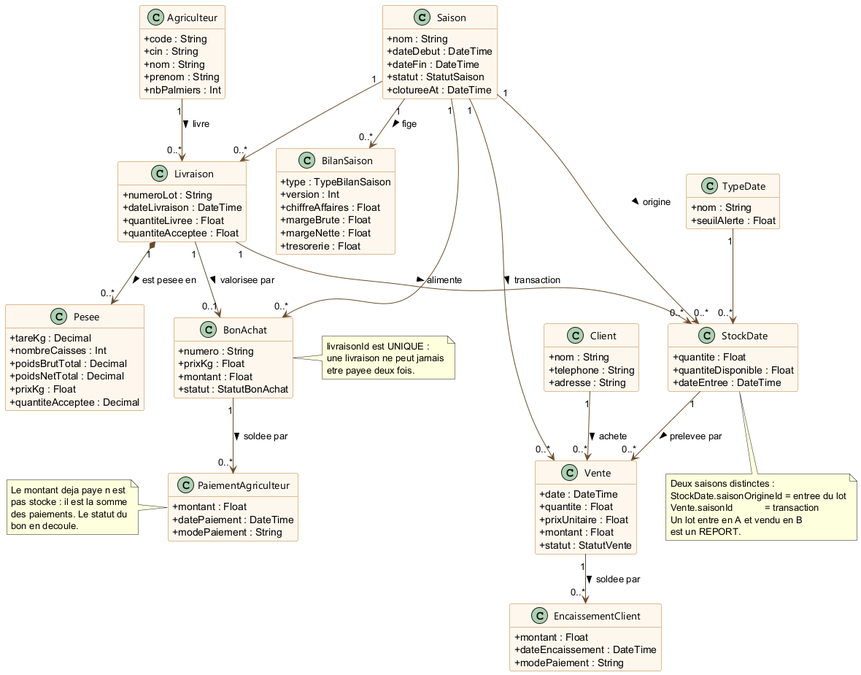
Above: docs/uml/png/diagramme-classes-noyau.png in Ahmeddhib/GestionDattes (PlantUML), before the change.
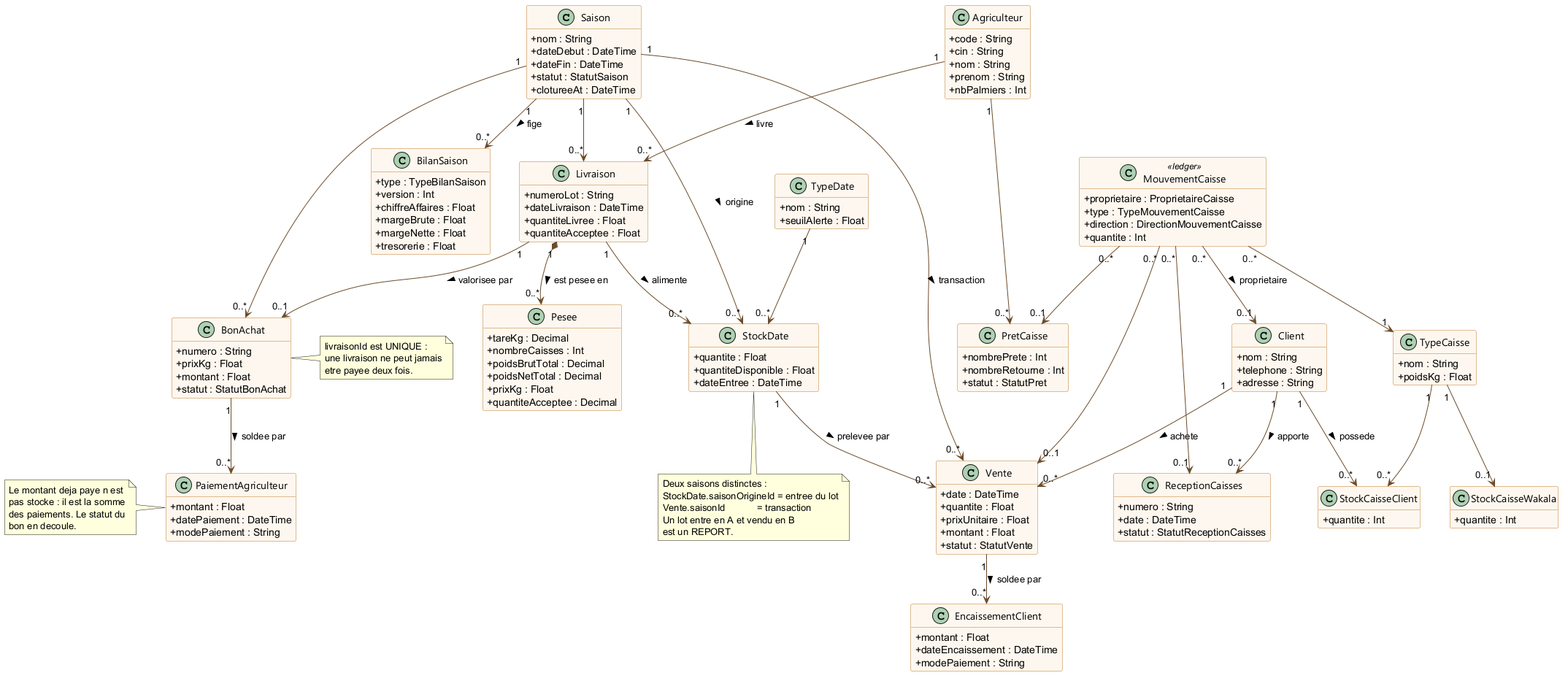
After the change.

Diff of the diagram source:
```diff
@@ -69,6 +69,11 @@
   +seuilAlerte : Float
 }
 
+class TypeCaisse {
+  +nom : String
+  +poidsKg : Float
+}
+
 class Vente {
   +date : DateTime
   +quantite : Float
@@ -98,6 +103,33 @@
   +tresorerie : Float
 }
 
+class StockCaisseWakala {
+  +quantite : Int
+}
+
+class StockCaisseClient {
+  +quantite : Int
+}
+
+class ReceptionCaisses {
+  +numero : String
+  +date : DateTime
+  +statut : StatutReceptionCaisses
+}
+
+class PretCaisse {
+  +nombrePrete : Int
+  +nombreRetourne : Int
+  +statut : StatutPret
+}
+
+class MouvementCaisse <<ledger>> {
+  +proprietaire : ProprietaireCaisse
+  +type : TypeMouvementCaisse
+  +direction : DirectionMouvementCaisse
+  +quantite : Int
+}
+
 Agriculteur "1" --> "0..*" Livraison : livre >
 Livraison "1" *--> "0..*" Pesee : est pesee en >
 Livraison "1" --> "0..1" BonAchat : valorisee par >
@@ -107,6 +139,16 @@
 StockDate "1" --> "0..*" Vente : prelevee par >
 Client "1" --> "0..*" Vente : achete >
 Vente "1" --> "0..*" EncaissementClient : soldee par >
+TypeCaisse "1" --> "0..1" StockCaisseWakala
+Client "1" --> "0..*" StockCaisseClient : possede >
+TypeCaisse "1" --> "0..*" StockCaisseClient
+Client "1" --> "0..*" ReceptionCaisses : apporte >
+Agriculteur "1" --> "0..*" PretCaisse
+MouvementCaisse "0..*" --> "1" TypeCaisse
+MouvementCaisse "0..*" --> "0..1" Client : proprietaire >
+MouvementCaisse "0..*" --> "0..1" ReceptionCaisses
+MouvementCaisse "0..*" --> "0..1" PretCaisse
+MouvementCaisse "0..*" --> "0..1" Vente
 
 Saison "1" --> "0..*" Livraison
 Saison "1" --> "0..*" BonAchat
```
